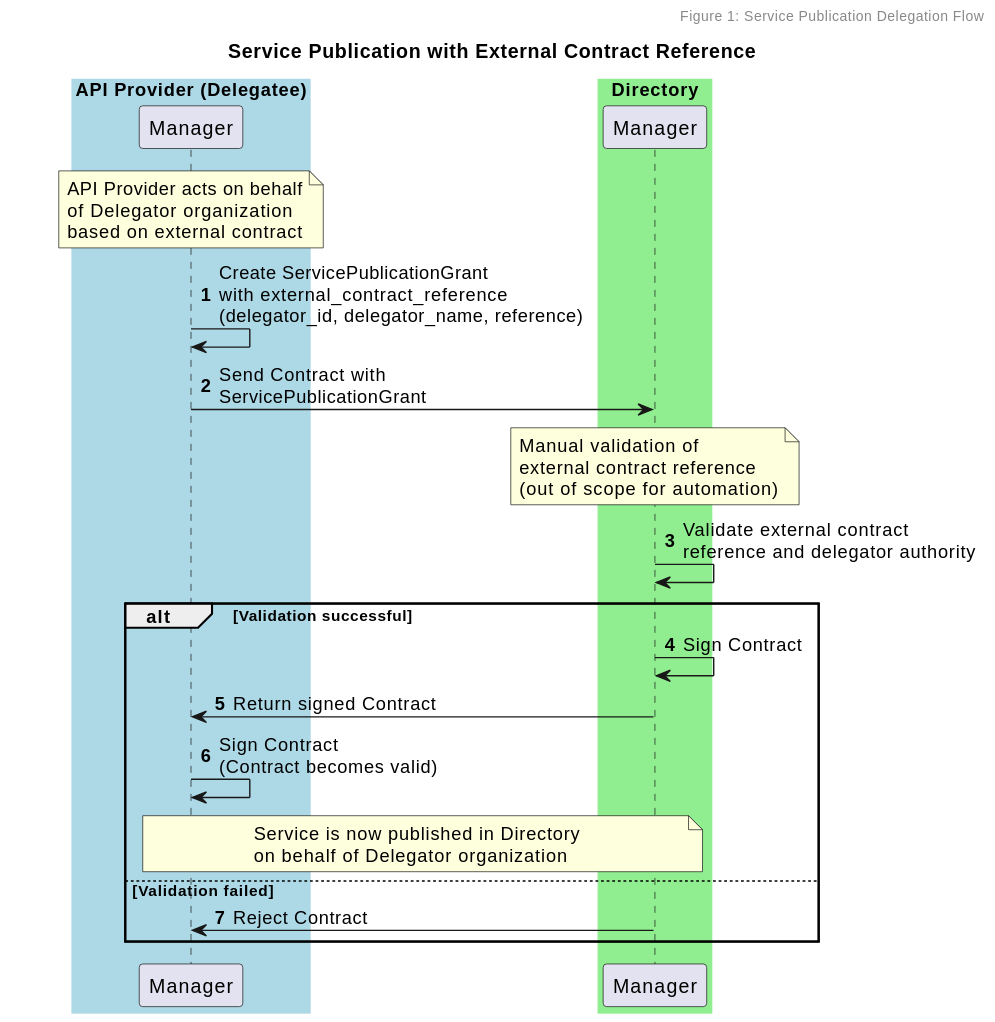
Logius-standaarden/fsc-external-contract keeps this PlantUML diagram as diagrams/seq-publication-delegation-external-contract.svg. Above is the earlier version.
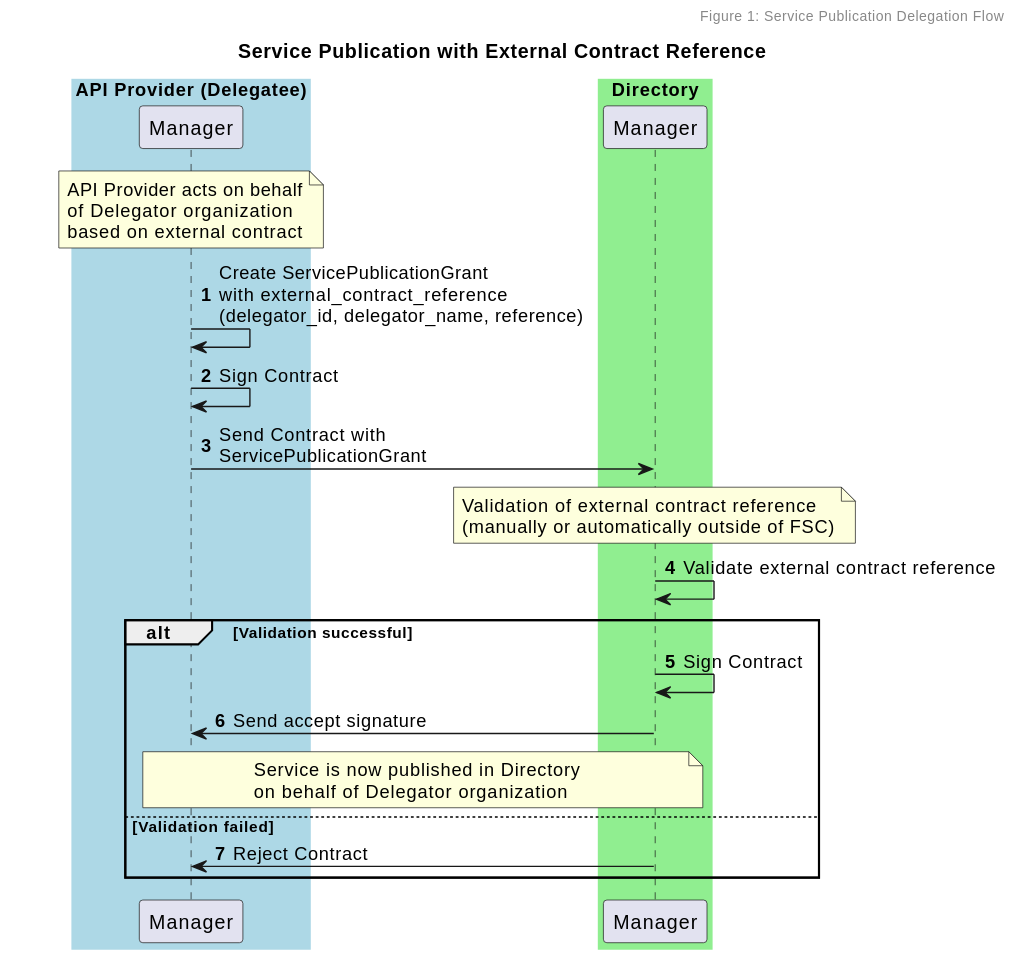
Later version of the same file.

Diff of the diagram source:
```diff
@@ -22,21 +22,20 @@
 
 ProviderManager -> ProviderManager: Create ServicePublicationGrant\nwith external_contract_reference\n(delegator_id, delegator_name, reference)
 
+ProviderManager -> ProviderManager: Sign Contract
+
 ProviderManager -> DirectoryManager: Send Contract with\nServicePublicationGrant
 
 note over DirectoryManager
-    Manual validation of
-    external contract reference
-    (out of scope for automation)
+    Validation of external contract reference
+    (manually or automatically outside of FSC)
 end note
 
-DirectoryManager -> DirectoryManager: Validate external contract\nreference and delegator authority
+DirectoryManager -> DirectoryManager: Validate external contract reference
 
 alt Validation successful
     DirectoryManager -> DirectoryManager: Sign Contract
-    DirectoryManager -> ProviderManager: Return signed Contract
-
-    ProviderManager -> ProviderManager: Sign Contract\n(Contract becomes valid)
+    DirectoryManager -> ProviderManager: Send accept signature
 
     note over ProviderManager, DirectoryManager
         Service is now published in Directory
```
